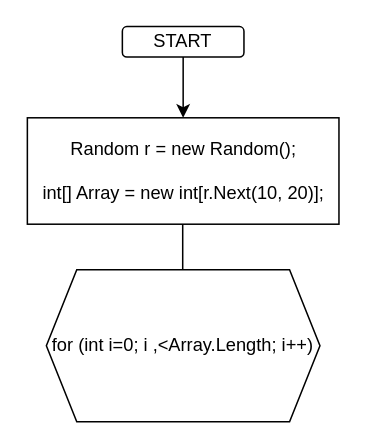
Above: 2021/BlockDiagram/GetArray_method.drawio in AbubakirovRA/FinalWork2021 (draw.io), before the change. Source tidied: cells renumbered, new cells numbered last; positions are measured from the earlier drawing's top-left corner, leaving out a move shared by most shapes. Both pictures are drawn from the tidied source at 152%, with x=0, y=0 at pixel (27, 26).
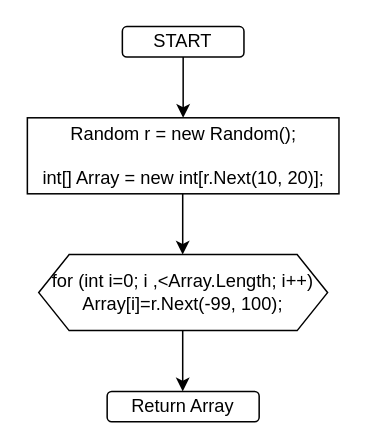
After the change.

Diff of the diagram source:
```diff
@@
 <mxGraphModel>
   <root>
     <mxCell id="0" />
     <mxCell id="1" parent="0" />
     <mxCell id="2" value="START" style="rounded=1;whiteSpace=wrap;html=1;" parent="1" vertex="1">
       <mxGeometry x="62" width="80" height="20" as="geometry" />
     </mxCell>
     <mxCell id="3" style="endArrow=classic;html=1;exitX=0.5;exitY=1;exitDx=0;exitDy=0;" parent="1" edge="1" source="2">
       <mxGeometry relative="1" as="geometry">
         <mxPoint x="102" y="60" as="targetPoint" />
       </mxGeometry>
     </mxCell>
     <mxCell id="4" value="&lt;span class=&quot;pl-smi&quot;&gt;&lt;span class=&quot;pl-k&quot;&gt;Random&lt;/span&gt; &lt;span class=&quot;pl-en&quot;&gt;r&lt;/span&gt; &lt;span class=&quot;pl-k&quot;&gt;=&lt;/span&gt; &lt;span class=&quot;pl-k&quot;&gt;new&lt;/span&gt; &lt;span class=&quot;pl-k&quot;&gt;Random&lt;/span&gt;();&lt;br&gt;&lt;br&gt;&lt;span class=&quot;pl-k&quot;&gt;int&lt;/span&gt;[] Array&amp;nbsp;&lt;span class=&quot;pl-k&quot;&gt;=&lt;/span&gt; &lt;span class=&quot;pl-k&quot;&gt;new&lt;/span&gt; &lt;span class=&quot;pl-k&quot;&gt;int&lt;/span&gt;[&lt;span class=&quot;pl-smi&quot;&gt;r&lt;/span&gt;.&lt;span class=&quot;pl-en&quot;&gt;Next&lt;/span&gt;(10, 20)];&lt;/span&gt;" style="rounded=0;whiteSpace=wrap;html=1;" parent="1" vertex="1">
-      <mxGeometry x="-0.5" y="60" width="205" height="70" as="geometry" />
+      <mxGeometry x="-0.5" y="60" width="205" height="50" as="geometry" />
     </mxCell>
     <mxCell id="5" style="endArrow=classic;html=1;exitX=0.5;exitY=1;exitDx=0;exitDy=0;" parent="1" edge="1">
       <mxGeometry relative="1" as="geometry">
-        <mxPoint x="101.7" y="130" as="sourcePoint" />
-        <mxPoint x="101.7" y="170" as="targetPoint" />
+        <mxPoint x="101.7" y="110" as="sourcePoint" />
+        <mxPoint x="101.7" y="150" as="targetPoint" />
       </mxGeometry>
     </mxCell>
-    <mxCell id="6" value="for (int i=0; i ,&amp;lt;Array.Length; i++)" style="shape=hexagon;perimeter=hexagonPerimeter2;whiteSpace=wrap;html=1;fixedSize=1;" parent="1" vertex="1">
-      <mxGeometry x="12" y="160" width="180" height="100" as="geometry" />
+    <mxCell id="6" value="for (int i=0; i ,&amp;lt;Array.Length; i++)&lt;br&gt;Array[i]=r.Next(-99, 100);" style="shape=hexagon;perimeter=hexagonPerimeter2;whiteSpace=wrap;html=1;fixedSize=1;" parent="1" vertex="1">
+      <mxGeometry x="7" y="150" width="190" height="50" as="geometry" />
     </mxCell>
+    <mxCell id="7" value="Return Array" style="rounded=1;whiteSpace=wrap;html=1;" parent="1" vertex="1">
+      <mxGeometry x="52" y="240" width="100" height="20" as="geometry" />
+    </mxCell>
+    <mxCell id="8" style="endArrow=classic;html=1;exitX=0.5;exitY=1;exitDx=0;exitDy=0;" parent="1" edge="1">
+      <mxGeometry relative="1" as="geometry">
+        <mxPoint x="101.7" y="200" as="sourcePoint" />
+        <mxPoint x="101.7" y="240" as="targetPoint" />
+      </mxGeometry>
+    </mxCell>
   </root>
 </mxGraphModel>
```
